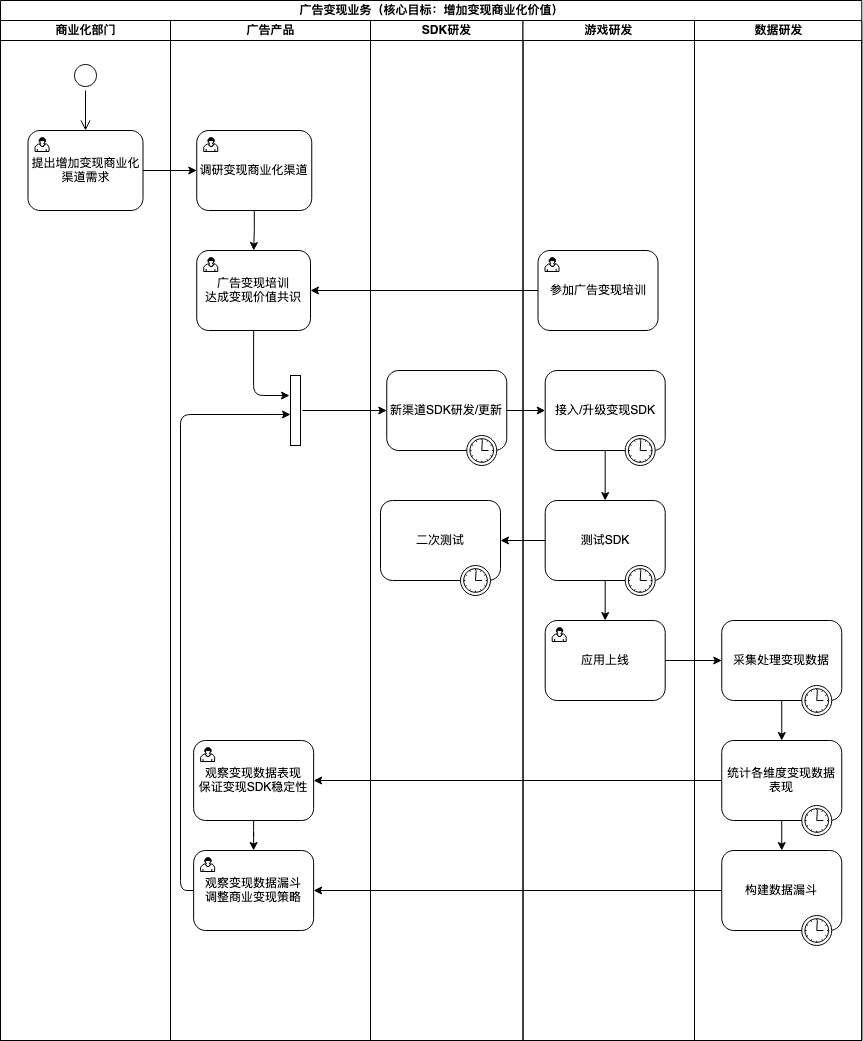
Earlier version of the draw.io export 广告变现业务.png (chen-quan-long/hello-world). Source tidied: cells renumbered, new cells last; positions are measured from the earlier drawing's top-left corner, leaving out a move shared by most shapes.
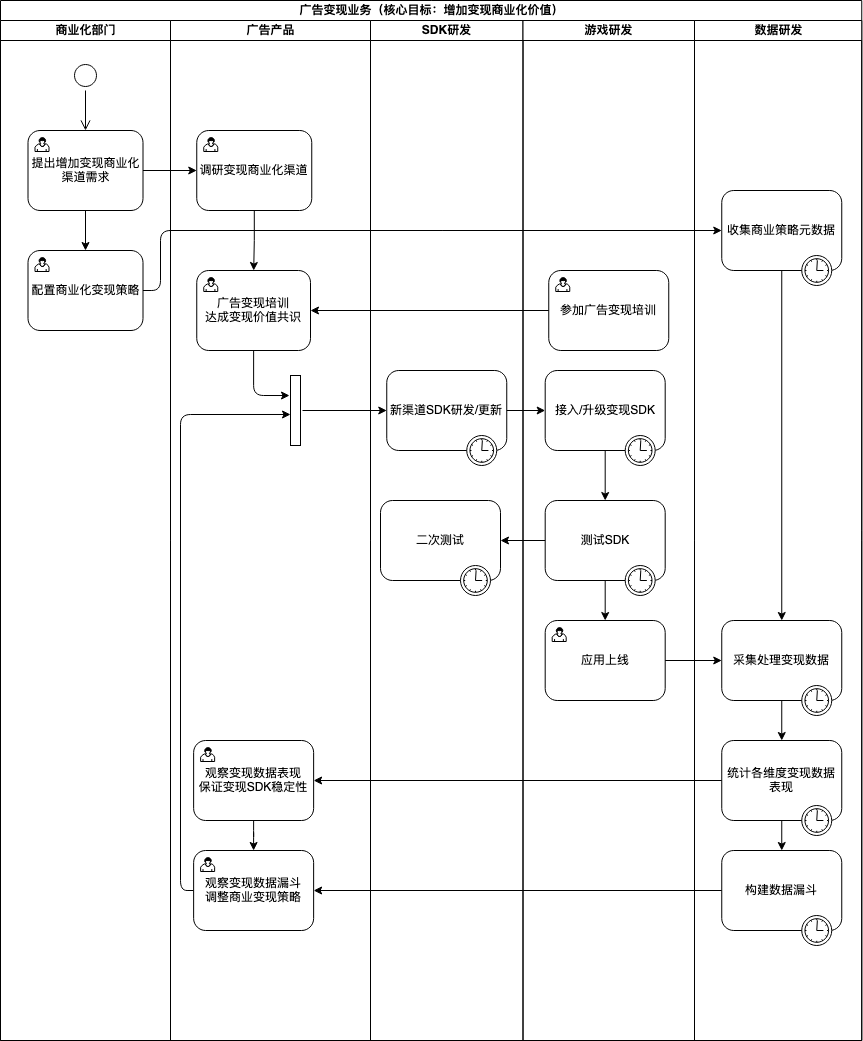
Above is the later version.

Commit message:
更新广告变现业务.png

What changed in the source:
```diff
@@ -24,6 +24,17 @@
         <mxPoint x="85" y="110" as="targetPoint" />
       </mxGeometry>
     </mxCell>
+    <mxCell id="55" value="配置商业化变现策略" style="html=1;whiteSpace=wrap;rounded=1;align=center;" parent="3" vertex="1">
+      <mxGeometry x="27.5" y="230" width="115" height="80" as="geometry" />
+    </mxCell>
+    <mxCell id="56" style="html=1;shape=mxgraph.bpmn.user_task;" parent="55" vertex="1">
+      <mxGeometry width="14" height="14" relative="1" as="geometry">
+        <mxPoint x="7" y="7" as="offset" />
+      </mxGeometry>
+    </mxCell>
+    <mxCell id="57" style="edgeStyle=orthogonalEdgeStyle;curved=0;rounded=1;sketch=0;jettySize=auto;html=1;" parent="3" edge="1" source="4" target="55">
+      <mxGeometry relative="1" as="geometry" />
+    </mxCell>
     <mxCell id="8" value="广告产品" style="swimlane;html=1;startSize=20;" parent="2" vertex="1">
       <mxGeometry x="170" y="20" width="200" height="1020" as="geometry" />
     </mxCell>
@@ -39,7 +50,7 @@
       <mxGeometry relative="1" as="geometry" />
     </mxCell>
     <mxCell id="12" value="&lt;div&gt;广告变现培训&lt;/div&gt;&lt;div&gt;达成变现价值共识&lt;/div&gt;" style="html=1;whiteSpace=wrap;rounded=1;align=center;" parent="8" vertex="1">
-      <mxGeometry x="26.2" y="230" width="113.8" height="80" as="geometry" />
+      <mxGeometry x="26.2" y="250" width="113.8" height="80" as="geometry" />
     </mxCell>
     <mxCell id="13" style="html=1;shape=mxgraph.bpmn.user_task;" parent="12" vertex="1">
       <mxGeometry width="14" height="14" relative="1" as="geometry">
@@ -102,7 +113,7 @@
       <mxGeometry x="522.5" y="20" width="171.5" height="1020" as="geometry" />
     </mxCell>
     <mxCell id="28" value="参加广告变现培训" style="html=1;whiteSpace=wrap;rounded=1;" parent="27" vertex="1">
-      <mxGeometry x="15" y="230" width="120" height="80" as="geometry" />
+      <mxGeometry x="25.8" y="250" width="120" height="80" as="geometry" />
     </mxCell>
     <mxCell id="29" style="html=1;shape=mxgraph.bpmn.user_task;" parent="28" vertex="1">
       <mxGeometry width="14" height="14" relative="1" as="geometry">
@@ -189,6 +200,17 @@
         <mxPoint x="-40" y="-15" as="offset" />
       </mxGeometry>
     </mxCell>
+    <mxCell id="58" style="edgeStyle=orthogonalEdgeStyle;curved=0;rounded=1;sketch=0;jettySize=auto;html=1;exitX=0.5;exitY=1;exitDx=0;exitDy=0;entryX=0.5;entryY=0;entryDx=0;entryDy=0;" parent="43" edge="1" source="59" target="50">
+      <mxGeometry relative="1" as="geometry" />
+    </mxCell>
+    <mxCell id="59" value="收集商业策略元数据" style="html=1;whiteSpace=wrap;rounded=1;sketch=0;" parent="43" vertex="1">
+      <mxGeometry x="27.3" y="170" width="120" height="80" as="geometry" />
+    </mxCell>
+    <mxCell id="60" style="shape=mxgraph.bpmn.timer_start;perimeter=ellipsePerimeter;html=1;verticalLabelPosition=bottom;verticalAlign=top;" parent="59" vertex="1">
+      <mxGeometry x="1" y="1" width="30" height="30" relative="1" as="geometry">
+        <mxPoint x="-40" y="-15" as="offset" />
+      </mxGeometry>
+    </mxCell>
     <mxCell id="52" style="edgeStyle=orthogonalEdgeStyle;curved=0;rounded=1;sketch=0;jettySize=auto;html=1;exitX=1;exitY=0.5;exitDx=0;exitDy=0;entryX=0;entryY=0.5;entryDx=0;entryDy=0;" parent="2" edge="1" source="30" target="50">
       <mxGeometry relative="1" as="geometry" />
     </mxCell>
@@ -198,5 +220,13 @@
     <mxCell id="54" style="edgeStyle=orthogonalEdgeStyle;curved=0;rounded=1;sketch=0;jettySize=auto;html=1;exitX=0;exitY=0.5;exitDx=0;exitDy=0;entryX=1;entryY=0.5;entryDx=0;entryDy=0;" parent="2" edge="1" source="44" target="17">
       <mxGeometry relative="1" as="geometry" />
     </mxCell>
+    <mxCell id="61" style="edgeStyle=orthogonalEdgeStyle;curved=0;rounded=1;sketch=0;jettySize=auto;html=1;exitX=1;exitY=0.5;exitDx=0;exitDy=0;" parent="2" edge="1" source="55" target="59">
+      <mxGeometry relative="1" as="geometry">
+        <Array as="points">
+          <mxPoint x="160" y="290" />
+          <mxPoint x="160" y="230" />
+        </Array>
+      </mxGeometry>
+    </mxCell>
   </root>
 </mxGraphModel>
```
